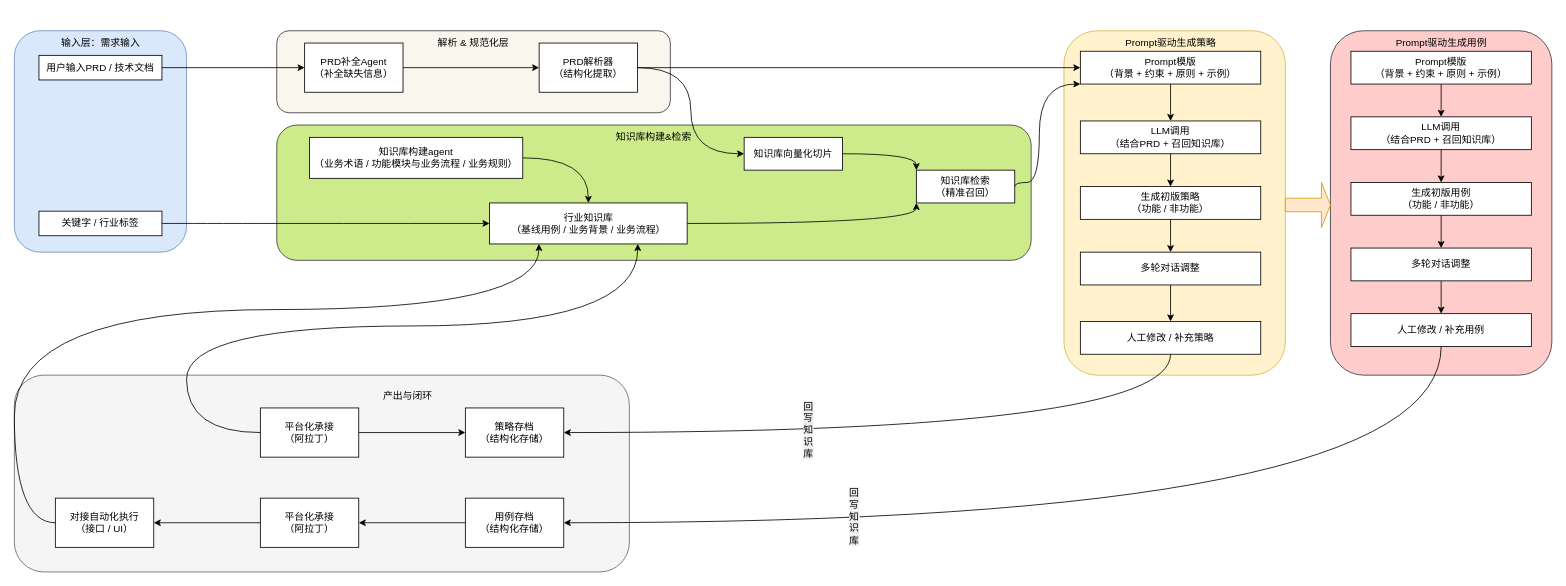
This is 未命名绘图.drawio from shoulder1205/AdminLTE, a draw.io file, before an edit. Source tidied: cells renumbered, new cells numbered last; positions are measured from the earlier drawing's top-left corner, leaving out a move shared by most shapes. Both pictures are drawn from the tidied source at 82%, with x=0, y=0 at pixel (14, 30).
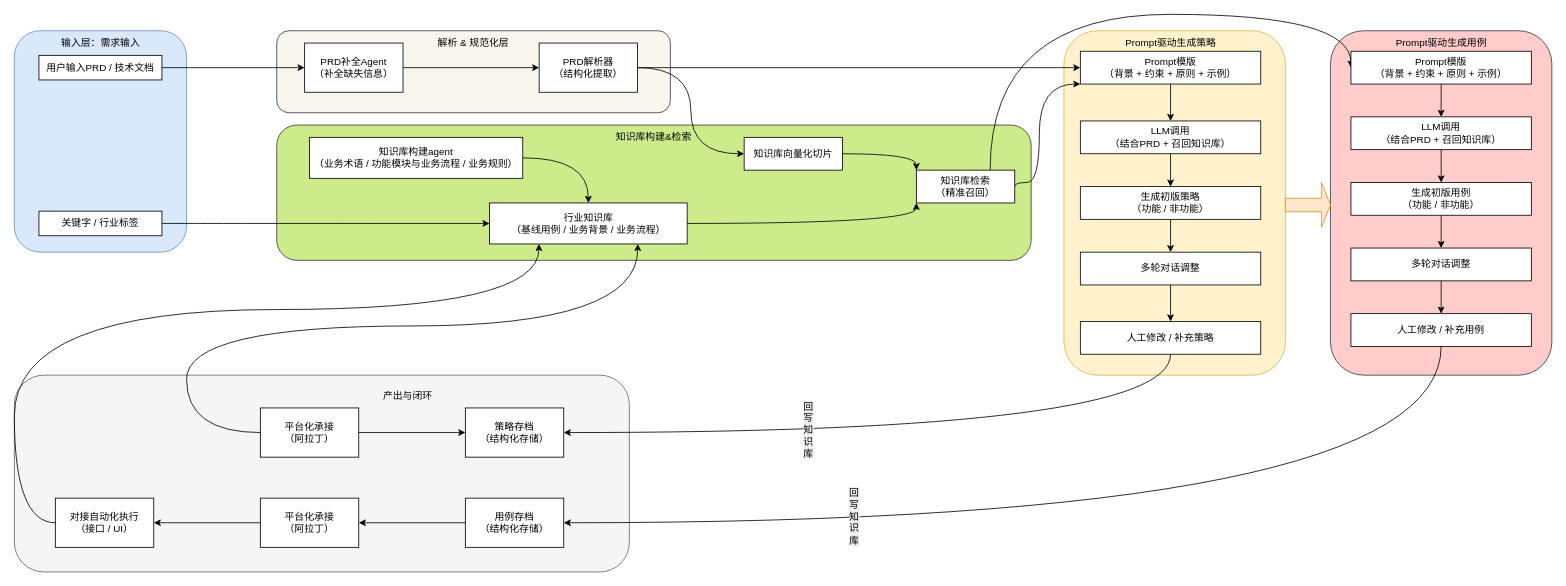
After the change.

Commit message:
更新未命名绘图.drawio

The change refers to these unchanged cells:
```xml
<mxCell id="24" value="知识库检索&lt;div&gt;（精准召回）&lt;/div&gt;" style="rounded=0;whiteSpace=wrap;html=1;" parent="1" vertex="1">
  <mxGeometry x="1100" y="170" width="120" height="40" as="geometry" />
</mxCell>
<mxCell id="41" value="Prompt模版&lt;div&gt;（背景 + 约束 + 原则 + 示例）&lt;/div&gt;" style="rounded=0;whiteSpace=wrap;html=1;" parent="1" vertex="1">
  <mxGeometry x="1630" y="25" width="220" height="40" as="geometry" />
</mxCell>
```

Change to the diagram source:
```diff
@@
+    <mxCell id="64" style="edgeStyle=orthogonalEdgeStyle;rounded=0;jettySize=auto;html=1;exitX=0.75;exitY=0;exitDx=0;exitDy=0;entryX=0;entryY=0.5;entryDx=0;entryDy=0;curved=1;" parent="1" edge="1" source="24" target="41">
+      <mxGeometry relative="1" as="geometry">
+        <Array as="points">
+          <mxPoint x="1190" y="-20" />
+          <mxPoint x="1630" y="-20" />
+        </Array>
+      </mxGeometry>
+    </mxCell>
```
